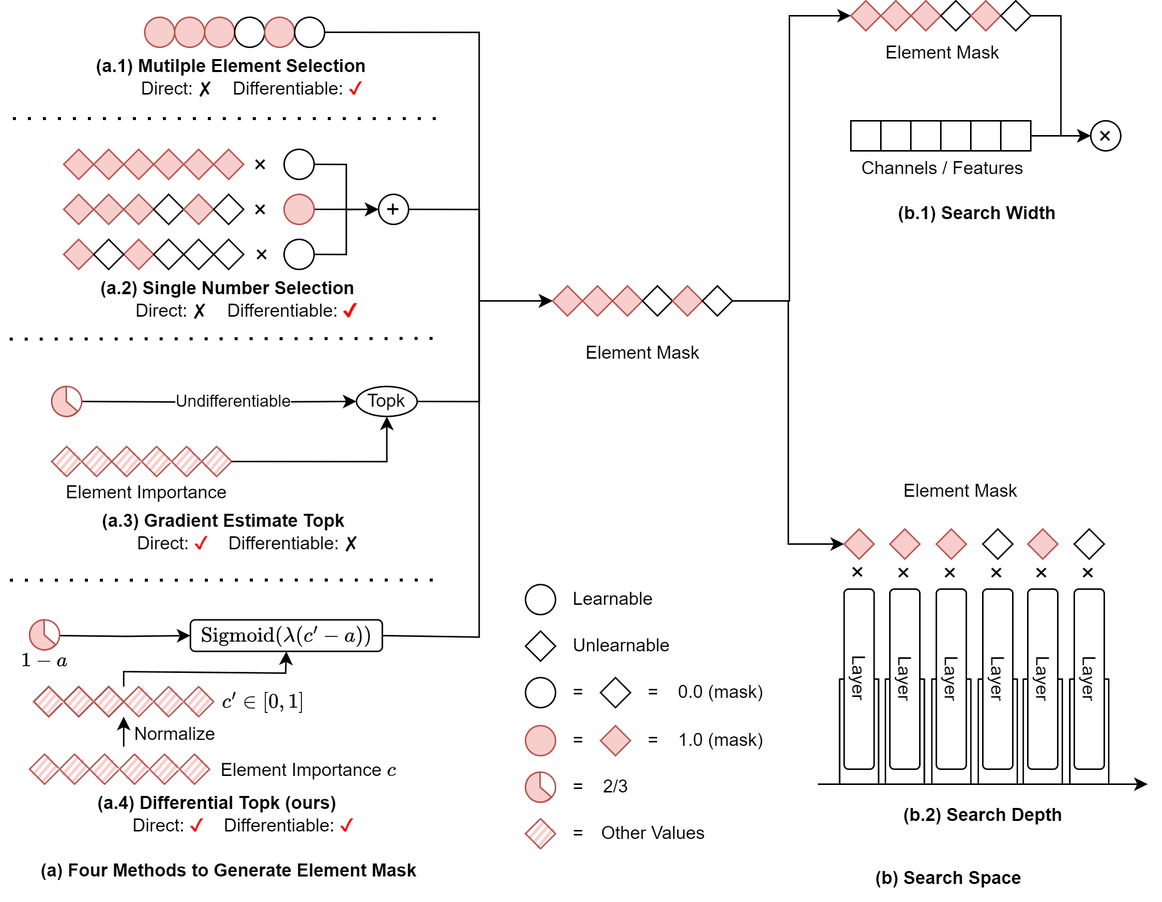
LKJacky/Differentiable-Model-Scaling keeps this draw.io diagram as images/compare.png. Above is the earlier version. Source tidied: cells renumbered, new cells last; positions are measured from the earlier drawing's top-left corner, leaving out a move shared by most shapes.
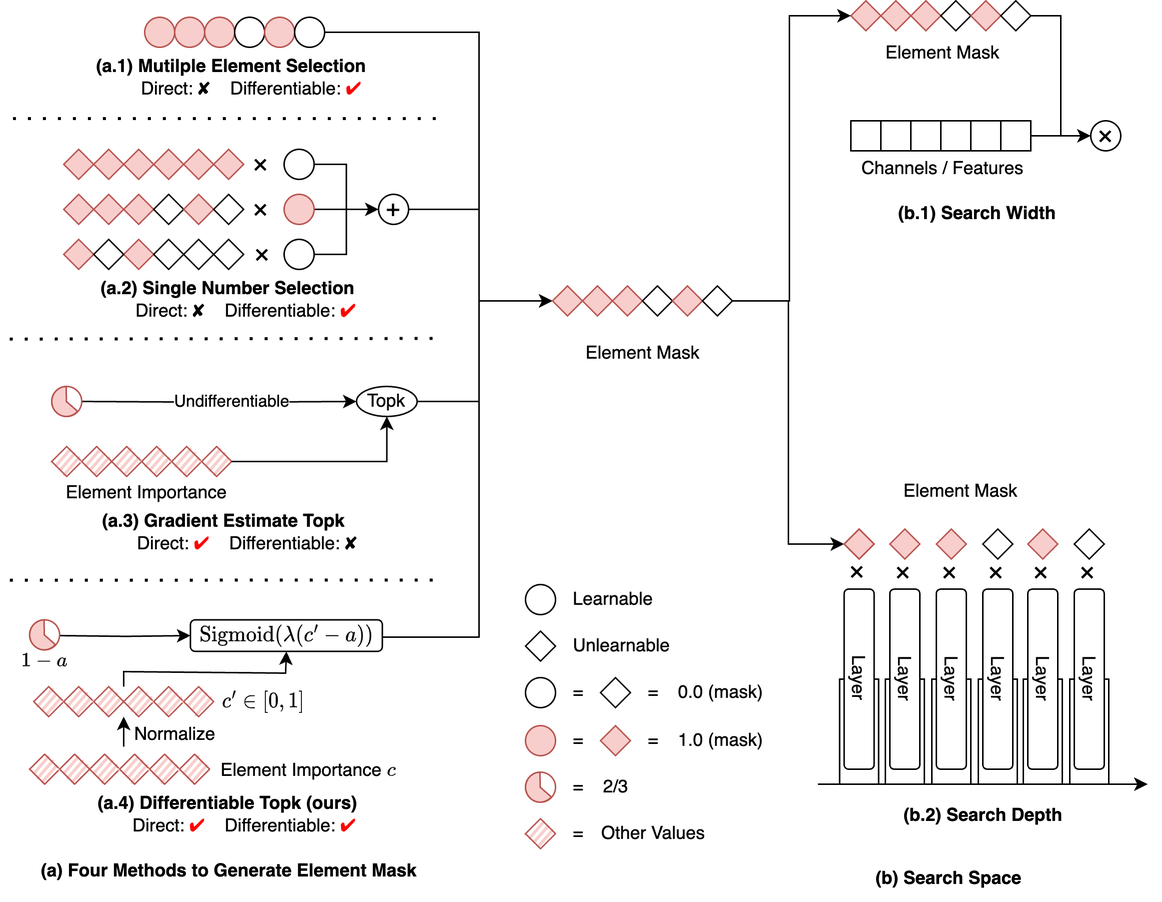
After the change.

Diff of the diagram source:
```diff
@@ -51,8 +51,8 @@
     <mxCell id="12" value="(a.3) Gradient Estimate Topk&lt;br&gt;&lt;span style=&quot;font-weight: normal;&quot;&gt;&amp;nbsp; &amp;nbsp; &amp;nbsp; &amp;nbsp;Direct:&amp;nbsp;&lt;font color=&quot;#ff0000&quot;&gt;✔&lt;/font&gt;&amp;nbsp; &amp;nbsp; Differentiable:&amp;nbsp;✘&lt;/span&gt;" style="text;html=1;align=left;verticalAlign=middle;strokeColor=none;fillColor=none;fontSize=12;fontStyle=1;" parent="1" vertex="1">
       <mxGeometry x="66.9" y="334" width="190" height="40" as="geometry" />
     </mxCell>
-    <mxCell id="13" value="(a.4) Differential Topk (ours)&lt;br&gt;&lt;span style=&quot;font-weight: normal;&quot;&gt;&amp;nbsp; &amp;nbsp; &amp;nbsp; &amp;nbsp;Direct:&amp;nbsp;&lt;font color=&quot;#ff0000&quot;&gt;✔&lt;/font&gt;&amp;nbsp; &amp;nbsp; Differentiable: &lt;font color=&quot;#ff0000&quot;&gt;✔&lt;/font&gt;&lt;/span&gt;&lt;span style=&quot;border-color: var(--border-color); font-weight: normal;&quot;&gt;&lt;/span&gt;" style="text;html=1;align=left;verticalAlign=middle;strokeColor=none;fillColor=none;fontSize=12;fontStyle=1;" parent="1" vertex="1">
-      <mxGeometry x="64" y="522" width="190" height="40" as="geometry" />
+    <mxCell id="13" value="(a.4) Differentiable Topk (ours)&lt;br&gt;&lt;span style=&quot;font-weight: normal;&quot;&gt;&amp;nbsp; &amp;nbsp; &amp;nbsp; &amp;nbsp;Direct:&amp;nbsp;&lt;font color=&quot;#ff0000&quot;&gt;✔&lt;/font&gt;&amp;nbsp; &amp;nbsp; Differentiable: &lt;font color=&quot;#ff0000&quot;&gt;✔&lt;/font&gt;&lt;/span&gt;&lt;span style=&quot;border-color: var(--border-color); font-weight: normal;&quot;&gt;&lt;/span&gt;" style="text;html=1;align=left;verticalAlign=middle;strokeColor=none;fillColor=none;fontSize=12;fontStyle=1;" parent="1" vertex="1">
+      <mxGeometry x="64" y="522" width="200" height="40" as="geometry" />
     </mxCell>
     <mxCell id="14" value="(b.1) Search Width" style="text;html=1;align=center;verticalAlign=middle;strokeColor=none;fillColor=none;fontSize=12;fontStyle=1;" parent="1" vertex="1">
       <mxGeometry x="587" y="127" width="130" height="30" as="geometry" />
```
